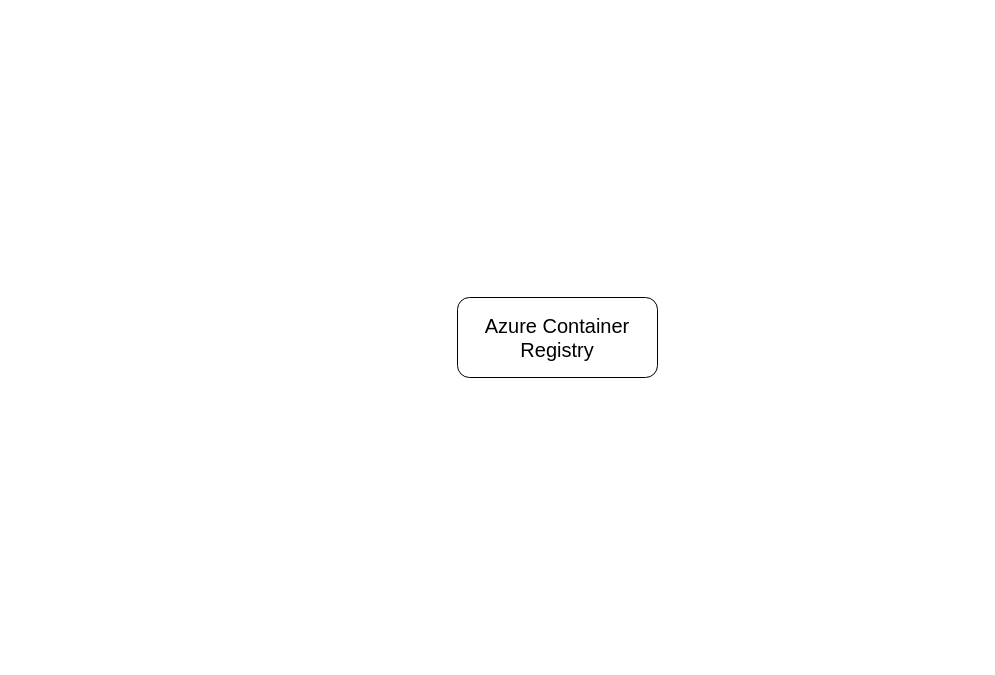
Above: Cloud/Azure/Azure Container Hosting.drawio in FilledVaccum/MindMaps (draw.io), before the change. Source tidied: cells renumbered, new cells numbered last; positions are measured from the earlier drawing's top-left corner, leaving out a move shared by most shapes. Both pictures are drawn from the tidied source at 100%, with x=0, y=0 at pixel (457, 297).
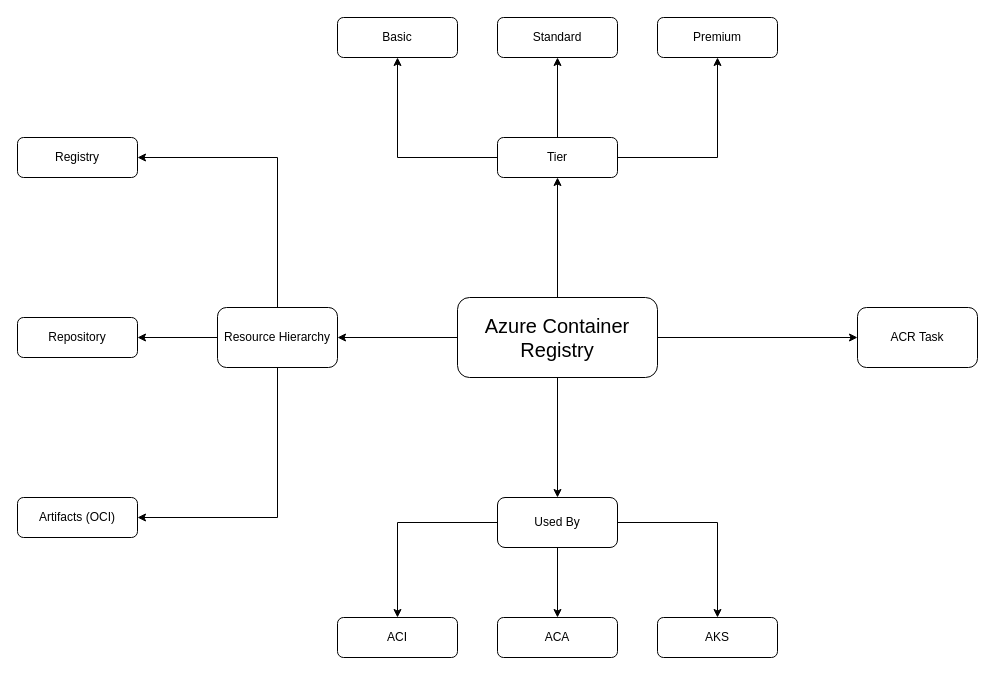
The same page after the edit.

The change refers to these unchanged cells:
```xml
<mxCell id="2" value="&lt;font face=&quot;Rubik&quot; style=&quot;font-size: 20px;&quot;&gt;Azure Container Registry&lt;/font&gt;" style="rounded=1;whiteSpace=wrap;html=1;" parent="1" vertex="1">
  <mxGeometry width="200" height="80" as="geometry" />
</mxCell>
```

Change to the diagram source:
```diff
@@
+    <mxCell id="3" style="edgeStyle=orthogonalEdgeStyle;rounded=0;jettySize=auto;html=1;" parent="1" edge="1" source="2" target="10">
+      <mxGeometry relative="1" as="geometry" />
+    </mxCell>
+    <mxCell id="4" style="edgeStyle=orthogonalEdgeStyle;rounded=0;jettySize=auto;html=1;" parent="1" edge="1" source="2" target="17">
+      <mxGeometry relative="1" as="geometry" />
+    </mxCell>
+    <mxCell id="5" style="edgeStyle=orthogonalEdgeStyle;rounded=0;jettySize=auto;html=1;" parent="1" edge="1" source="2" target="21">
+      <mxGeometry relative="1" as="geometry" />
+    </mxCell>
+    <mxCell id="6" style="edgeStyle=orthogonalEdgeStyle;rounded=0;jettySize=auto;html=1;" parent="1" edge="1" source="2" target="25">
+      <mxGeometry relative="1" as="geometry" />
+    </mxCell>
@@
+    <mxCell id="7" style="edgeStyle=orthogonalEdgeStyle;rounded=0;jettySize=auto;html=1;" parent="1" edge="1" source="10" target="11">
+      <mxGeometry relative="1" as="geometry" />
+    </mxCell>
+    <mxCell id="8" style="edgeStyle=orthogonalEdgeStyle;rounded=0;jettySize=auto;html=1;" parent="1" edge="1" source="10" target="12">
+      <mxGeometry relative="1" as="geometry" />
+    </mxCell>
+    <mxCell id="9" style="edgeStyle=orthogonalEdgeStyle;rounded=0;jettySize=auto;html=1;" parent="1" edge="1" source="10" target="13">
+      <mxGeometry relative="1" as="geometry" />
+    </mxCell>
+    <mxCell id="10" value="Used By " style="whiteSpace=wrap;html=1;rounded=1;" parent="1" vertex="1">
+      <mxGeometry x="40" y="200" width="120" height="50" as="geometry" />
+    </mxCell>
+    <mxCell id="11" value="ACI" style="whiteSpace=wrap;html=1;rounded=1;" parent="1" vertex="1">
+      <mxGeometry x="-120" y="320" width="120" height="40" as="geometry" />
+    </mxCell>
+    <mxCell id="12" value="ACA" style="whiteSpace=wrap;html=1;rounded=1;" parent="1" vertex="1">
+      <mxGeometry x="40" y="320" width="120" height="40" as="geometry" />
+    </mxCell>
+    <mxCell id="13" value="AKS" style="whiteSpace=wrap;html=1;rounded=1;" parent="1" vertex="1">
+      <mxGeometry x="200" y="320" width="120" height="40" as="geometry" />
+    </mxCell>
+    <mxCell id="14" style="edgeStyle=orthogonalEdgeStyle;rounded=0;jettySize=auto;html=1;entryX=0.5;entryY=1;entryDx=0;entryDy=0;" parent="1" edge="1" source="17" target="18">
+      <mxGeometry relative="1" as="geometry" />
+    </mxCell>
+    <mxCell id="15" style="edgeStyle=orthogonalEdgeStyle;rounded=0;jettySize=auto;html=1;entryX=0.5;entryY=1;entryDx=0;entryDy=0;" parent="1" edge="1" source="17" target="19">
+      <mxGeometry relative="1" as="geometry" />
+    </mxCell>
+    <mxCell id="16" style="edgeStyle=orthogonalEdgeStyle;rounded=0;jettySize=auto;html=1;" parent="1" edge="1" source="17" target="20">
+      <mxGeometry relative="1" as="geometry" />
+    </mxCell>
+    <mxCell id="17" value="Tier" style="whiteSpace=wrap;html=1;rounded=1;" parent="1" vertex="1">
+      <mxGeometry x="40" y="-160" width="120" height="40" as="geometry" />
+    </mxCell>
+    <mxCell id="18" value="Standard" style="whiteSpace=wrap;html=1;rounded=1;" parent="1" vertex="1">
+      <mxGeometry x="40" y="-280" width="120" height="40" as="geometry" />
+    </mxCell>
+    <mxCell id="19" value="Basic" style="whiteSpace=wrap;html=1;rounded=1;" parent="1" vertex="1">
+      <mxGeometry x="-120" y="-280" width="120" height="40" as="geometry" />
+    </mxCell>
+    <mxCell id="20" value="Premium" style="whiteSpace=wrap;html=1;rounded=1;" parent="1" vertex="1">
+      <mxGeometry x="200" y="-280" width="120" height="40" as="geometry" />
+    </mxCell>
+    <mxCell id="21" value="ACR Task" style="whiteSpace=wrap;html=1;rounded=1;" parent="1" vertex="1">
+      <mxGeometry x="400" y="10" width="120" height="60" as="geometry" />
+    </mxCell>
+    <mxCell id="22" style="edgeStyle=orthogonalEdgeStyle;rounded=0;jettySize=auto;html=1;" parent="1" edge="1" source="25" target="26">
+      <mxGeometry relative="1" as="geometry">
+        <Array as="points">
+          <mxPoint x="-180" y="-140" />
+        </Array>
+      </mxGeometry>
+    </mxCell>
+    <mxCell id="23" style="edgeStyle=orthogonalEdgeStyle;rounded=0;jettySize=auto;html=1;" parent="1" edge="1" source="25" target="27">
+      <mxGeometry relative="1" as="geometry" />
+    </mxCell>
+    <mxCell id="24" style="edgeStyle=orthogonalEdgeStyle;rounded=0;jettySize=auto;html=1;entryX=1;entryY=0.5;entryDx=0;entryDy=0;" parent="1" edge="1" source="25" target="28">
+      <mxGeometry relative="1" as="geometry">
+        <Array as="points">
+          <mxPoint x="-180" y="220" />
+        </Array>
+      </mxGeometry>
+    </mxCell>
+    <mxCell id="25" value="Resource Hierarchy" style="whiteSpace=wrap;html=1;rounded=1;" parent="1" vertex="1">
+      <mxGeometry x="-240" y="10" width="120" height="60" as="geometry" />
+    </mxCell>
+    <mxCell id="26" value="Registry" style="whiteSpace=wrap;html=1;rounded=1;" parent="1" vertex="1">
+      <mxGeometry x="-440" y="-160" width="120" height="40" as="geometry" />
+    </mxCell>
+    <mxCell id="27" value="Repository" style="whiteSpace=wrap;html=1;rounded=1;" parent="1" vertex="1">
+      <mxGeometry x="-440" y="20" width="120" height="40" as="geometry" />
+    </mxCell>
+    <mxCell id="28" value="Artifacts (OCI)" style="whiteSpace=wrap;html=1;rounded=1;" parent="1" vertex="1">
+      <mxGeometry x="-440" y="200" width="120" height="40" as="geometry" />
+    </mxCell>
```
